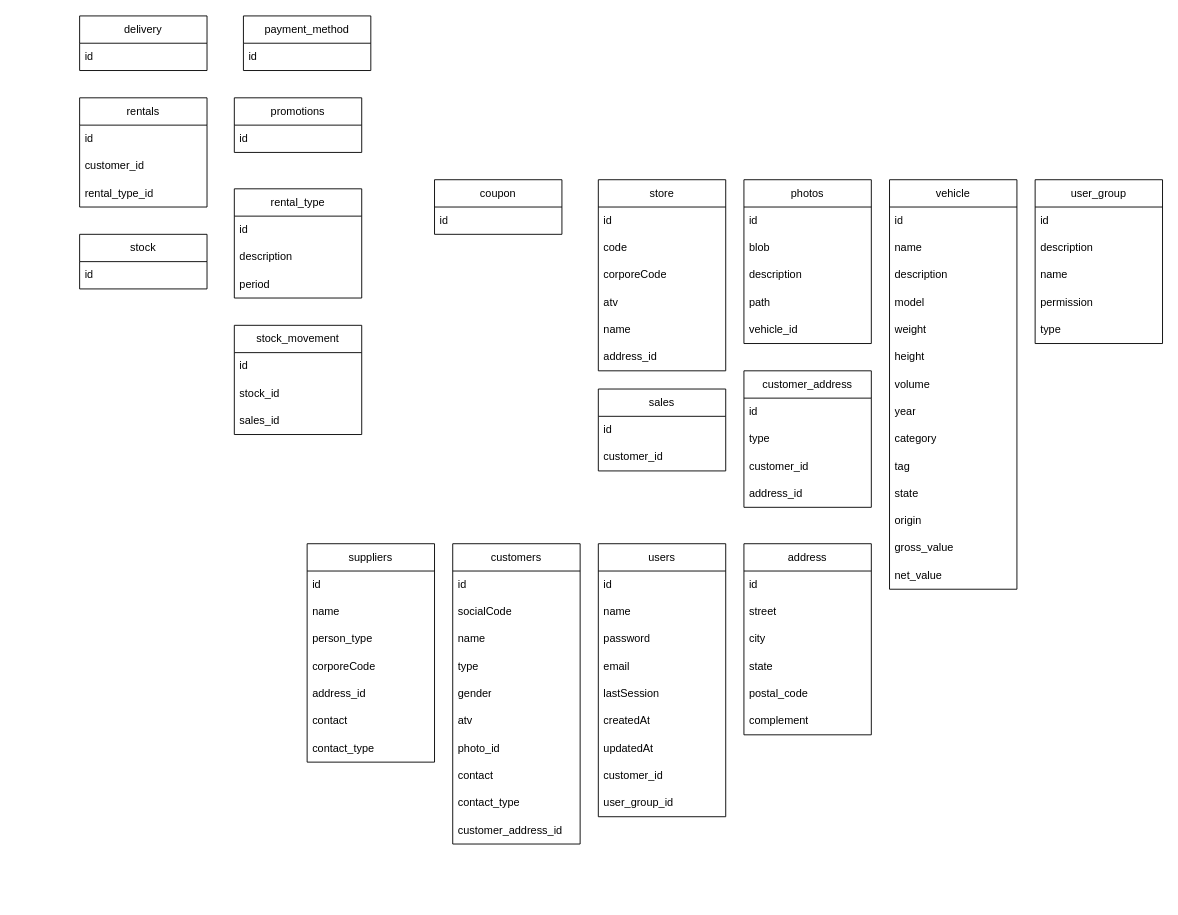
Earlier version of the draw.io diagram Modeling_BD/dealer_system.drawio (MarinhoCM/SQL). Source tidied: cells renumbered, new cells numbered last; positions are measured from the earlier drawing's top-left corner, leaving out a move shared by most shapes. Both pictures are drawn from the tidied source at 91%, with x=0, y=0 at pixel (79, 15).
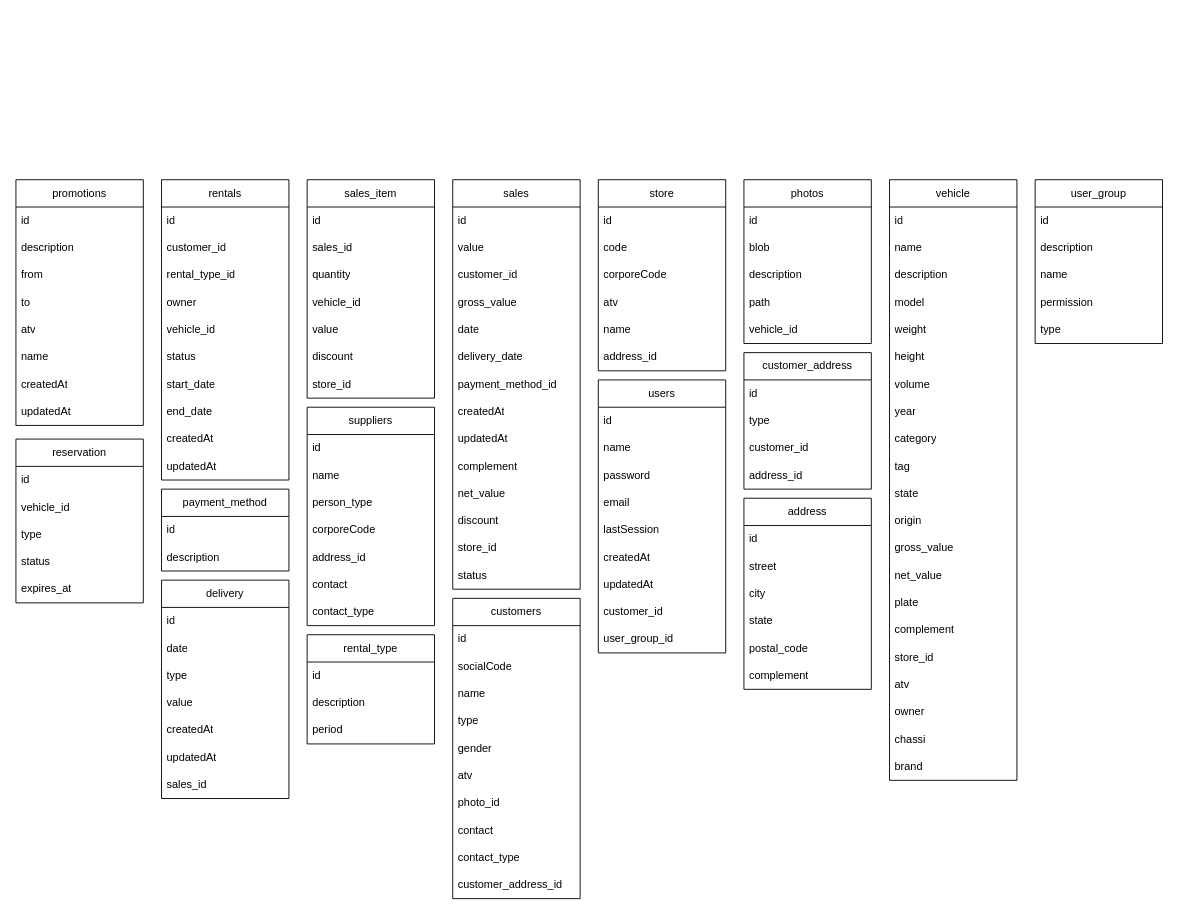
After the change.

Change to the diagram source:
```diff
@@
-    <mxCell id="2" value="stock" style="swimlane;fontStyle=0;horizontal=1;startSize=30;whiteSpace=wrap;html=1;" parent="1" vertex="1">
-      <mxGeometry y="240" width="140" height="60" as="geometry" />
-    </mxCell>
-    <mxCell id="3" value="id" style="text;strokeColor=none;fillColor=none;align=left;verticalAlign=middle;spacingLeft=4;spacingRight=4;overflow=hidden;whiteSpace=wrap;html=1;" parent="2" vertex="1">
-      <mxGeometry y="30" width="140" height="30" as="geometry" />
-    </mxCell>
-    <mxCell id="4" value="stock_movement" style="swimlane;fontStyle=0;horizontal=1;startSize=30;whiteSpace=wrap;html=1;" parent="1" vertex="1">
-      <mxGeometry x="170" y="340" width="140" height="120" as="geometry" />
-    </mxCell>
-    <mxCell id="5" value="id" style="text;strokeColor=none;fillColor=none;align=left;verticalAlign=middle;spacingLeft=4;spacingRight=4;overflow=hidden;whiteSpace=wrap;html=1;" parent="4" vertex="1">
-      <mxGeometry y="30" width="140" height="30" as="geometry" />
-    </mxCell>
-    <mxCell id="6" value="stock_id" style="text;strokeColor=none;fillColor=none;align=left;verticalAlign=middle;spacingLeft=4;spacingRight=4;overflow=hidden;whiteSpace=wrap;html=1;" parent="4" vertex="1">
-      <mxGeometry y="60" width="140" height="30" as="geometry" />
-    </mxCell>
-    <mxCell id="7" value="sales_id" style="text;strokeColor=none;fillColor=none;align=left;verticalAlign=middle;spacingLeft=4;spacingRight=4;overflow=hidden;whiteSpace=wrap;html=1;" parent="4" vertex="1">
-      <mxGeometry y="90" width="140" height="30" as="geometry" />
-    </mxCell>
     <mxCell id="8" value="vehicle" style="swimlane;fontStyle=0;horizontal=1;startSize=30;whiteSpace=wrap;html=1;" parent="1" vertex="1">
-      <mxGeometry x="890" y="180" width="140" height="450" as="geometry" />
+      <mxGeometry x="890" y="180" width="140" height="660" as="geometry" />
     </mxCell>
@@
+    <mxCell id="102" value="plate" style="text;strokeColor=none;fillColor=none;align=left;verticalAlign=middle;spacingLeft=4;spacingRight=4;overflow=hidden;whiteSpace=wrap;html=1;" parent="8" vertex="1">
+      <mxGeometry y="450" width="140" height="30" as="geometry" />
+    </mxCell>
+    <mxCell id="103" value="complement" style="text;strokeColor=none;fillColor=none;align=left;verticalAlign=middle;spacingLeft=4;spacingRight=4;overflow=hidden;whiteSpace=wrap;html=1;" parent="8" vertex="1">
+      <mxGeometry y="480" width="140" height="30" as="geometry" />
+    </mxCell>
+    <mxCell id="104" value="store_id" style="text;strokeColor=none;fillColor=none;align=left;verticalAlign=middle;spacingLeft=4;spacingRight=4;overflow=hidden;whiteSpace=wrap;html=1;" parent="8" vertex="1">
+      <mxGeometry y="510" width="140" height="30" as="geometry" />
+    </mxCell>
+    <mxCell id="105" value="atv" style="text;strokeColor=none;fillColor=none;align=left;verticalAlign=middle;spacingLeft=4;spacingRight=4;overflow=hidden;whiteSpace=wrap;html=1;" parent="8" vertex="1">
+      <mxGeometry y="540" width="140" height="30" as="geometry" />
+    </mxCell>
+    <mxCell id="106" value="owner" style="text;strokeColor=none;fillColor=none;align=left;verticalAlign=middle;spacingLeft=4;spacingRight=4;overflow=hidden;whiteSpace=wrap;html=1;" parent="8" vertex="1">
+      <mxGeometry y="570" width="140" height="30" as="geometry" />
+    </mxCell>
+    <mxCell id="107" value="chassi" style="text;strokeColor=none;fillColor=none;align=left;verticalAlign=middle;spacingLeft=4;spacingRight=4;overflow=hidden;whiteSpace=wrap;html=1;" parent="8" vertex="1">
+      <mxGeometry y="600" width="140" height="30" as="geometry" />
+    </mxCell>
+    <mxCell id="108" value="brand" style="text;strokeColor=none;fillColor=none;align=left;verticalAlign=middle;spacingLeft=4;spacingRight=4;overflow=hidden;whiteSpace=wrap;html=1;" parent="8" vertex="1">
+      <mxGeometry y="630" width="140" height="30" as="geometry" />
+    </mxCell>
     <mxCell id="23" value="users" style="swimlane;fontStyle=0;horizontal=1;startSize=30;whiteSpace=wrap;html=1;" parent="1" vertex="1">
-      <mxGeometry x="570" y="580" width="140" height="300" as="geometry" />
+      <mxGeometry x="570" y="400" width="140" height="300" as="geometry" />
     </mxCell>
@@
     <mxCell id="33" value="customers" style="swimlane;fontStyle=0;horizontal=1;startSize=30;whiteSpace=wrap;html=1;" parent="1" vertex="1">
-      <mxGeometry x="410" y="580" width="140" height="330" as="geometry" />
+      <mxGeometry x="410" y="640" width="140" height="330" as="geometry" />
     </mxCell>
@@
     <mxCell id="50" value="sales" style="swimlane;fontStyle=0;horizontal=1;startSize=30;whiteSpace=wrap;html=1;" parent="1" vertex="1">
-      <mxGeometry x="570" y="410" width="140" height="90" as="geometry" />
+      <mxGeometry x="410" y="180" width="140" height="450" as="geometry" />
     </mxCell>
@@
-    <mxCell id="52" value="customer_id" style="text;strokeColor=none;fillColor=none;align=left;verticalAlign=middle;spacingLeft=4;spacingRight=4;overflow=hidden;whiteSpace=wrap;html=1;" parent="50" vertex="1">
+    <mxCell id="52" value="value" style="text;strokeColor=none;fillColor=none;align=left;verticalAlign=middle;spacingLeft=4;spacingRight=4;overflow=hidden;whiteSpace=wrap;html=1;" parent="50" vertex="1">
       <mxGeometry y="60" width="140" height="30" as="geometry" />
     </mxCell>
+    <mxCell id="109" value="customer_id" style="text;strokeColor=none;fillColor=none;align=left;verticalAlign=middle;spacingLeft=4;spacingRight=4;overflow=hidden;whiteSpace=wrap;html=1;" parent="50" vertex="1">
+      <mxGeometry y="90" width="140" height="30" as="geometry" />
+    </mxCell>
+    <mxCell id="110" value="gross_value" style="text;strokeColor=none;fillColor=none;align=left;verticalAlign=middle;spacingLeft=4;spacingRight=4;overflow=hidden;whiteSpace=wrap;html=1;" parent="50" vertex="1">
+      <mxGeometry y="120" width="140" height="30" as="geometry" />
+    </mxCell>
+    <mxCell id="111" value="date" style="text;strokeColor=none;fillColor=none;align=left;verticalAlign=middle;spacingLeft=4;spacingRight=4;overflow=hidden;whiteSpace=wrap;html=1;" parent="50" vertex="1">
+      <mxGeometry y="150" width="140" height="30" as="geometry" />
+    </mxCell>
+    <mxCell id="112" value="delivery_date" style="text;strokeColor=none;fillColor=none;align=left;verticalAlign=middle;spacingLeft=4;spacingRight=4;overflow=hidden;whiteSpace=wrap;html=1;" parent="50" vertex="1">
+      <mxGeometry y="180" width="140" height="30" as="geometry" />
+    </mxCell>
+    <mxCell id="113" value="payment_method_id" style="text;strokeColor=none;fillColor=none;align=left;verticalAlign=middle;spacingLeft=4;spacingRight=4;overflow=hidden;whiteSpace=wrap;html=1;" parent="50" vertex="1">
+      <mxGeometry y="210" width="140" height="30" as="geometry" />
+    </mxCell>
+    <mxCell id="114" value="createdAt" style="text;strokeColor=none;fillColor=none;align=left;verticalAlign=middle;spacingLeft=4;spacingRight=4;overflow=hidden;whiteSpace=wrap;html=1;" parent="50" vertex="1">
+      <mxGeometry y="240" width="140" height="30" as="geometry" />
+    </mxCell>
+    <mxCell id="115" value="updatedAt" style="text;strokeColor=none;fillColor=none;align=left;verticalAlign=middle;spacingLeft=4;spacingRight=4;overflow=hidden;whiteSpace=wrap;html=1;" parent="50" vertex="1">
+      <mxGeometry y="270" width="140" height="30" as="geometry" />
+    </mxCell>
+    <mxCell id="116" value="complement" style="text;strokeColor=none;fillColor=none;align=left;verticalAlign=middle;spacingLeft=4;spacingRight=4;overflow=hidden;whiteSpace=wrap;html=1;" parent="50" vertex="1">
+      <mxGeometry y="300" width="140" height="30" as="geometry" />
+    </mxCell>
+    <mxCell id="117" value="net_value" style="text;strokeColor=none;fillColor=none;align=left;verticalAlign=middle;spacingLeft=4;spacingRight=4;overflow=hidden;whiteSpace=wrap;html=1;" parent="50" vertex="1">
+      <mxGeometry y="330" width="140" height="30" as="geometry" />
+    </mxCell>
+    <mxCell id="118" value="discount" style="text;strokeColor=none;fillColor=none;align=left;verticalAlign=middle;spacingLeft=4;spacingRight=4;overflow=hidden;whiteSpace=wrap;html=1;" parent="50" vertex="1">
+      <mxGeometry y="360" width="140" height="30" as="geometry" />
+    </mxCell>
+    <mxCell id="119" value="store_id" style="text;strokeColor=none;fillColor=none;align=left;verticalAlign=middle;spacingLeft=4;spacingRight=4;overflow=hidden;whiteSpace=wrap;html=1;" parent="50" vertex="1">
+      <mxGeometry y="390" width="140" height="30" as="geometry" />
+    </mxCell>
+    <mxCell id="120" value="status" style="text;strokeColor=none;fillColor=none;align=left;verticalAlign=middle;spacingLeft=4;spacingRight=4;overflow=hidden;whiteSpace=wrap;html=1;" parent="50" vertex="1">
+      <mxGeometry y="420" width="140" height="30" as="geometry" />
+    </mxCell>
     <mxCell id="53" value="rentals" style="swimlane;fontStyle=0;horizontal=1;startSize=30;whiteSpace=wrap;html=1;" parent="1" vertex="1">
-      <mxGeometry y="90" width="140" height="120" as="geometry" />
+      <mxGeometry x="90" y="180" width="140" height="330" as="geometry" />
     </mxCell>
@@
+    <mxCell id="121" value="owner" style="text;strokeColor=none;fillColor=none;align=left;verticalAlign=middle;spacingLeft=4;spacingRight=4;overflow=hidden;whiteSpace=wrap;html=1;" parent="53" vertex="1">
+      <mxGeometry y="120" width="140" height="30" as="geometry" />
+    </mxCell>
+    <mxCell id="122" value="vehicle_id" style="text;strokeColor=none;fillColor=none;align=left;verticalAlign=middle;spacingLeft=4;spacingRight=4;overflow=hidden;whiteSpace=wrap;html=1;" parent="53" vertex="1">
+      <mxGeometry y="150" width="140" height="30" as="geometry" />
+    </mxCell>
+    <mxCell id="123" value="status" style="text;strokeColor=none;fillColor=none;align=left;verticalAlign=middle;spacingLeft=4;spacingRight=4;overflow=hidden;whiteSpace=wrap;html=1;" parent="53" vertex="1">
+      <mxGeometry y="180" width="140" height="30" as="geometry" />
+    </mxCell>
+    <mxCell id="124" value="start_date" style="text;strokeColor=none;fillColor=none;align=left;verticalAlign=middle;spacingLeft=4;spacingRight=4;overflow=hidden;whiteSpace=wrap;html=1;" parent="53" vertex="1">
+      <mxGeometry y="210" width="140" height="30" as="geometry" />
+    </mxCell>
+    <mxCell id="125" value="end_date" style="text;strokeColor=none;fillColor=none;align=left;verticalAlign=middle;spacingLeft=4;spacingRight=4;overflow=hidden;whiteSpace=wrap;html=1;" parent="53" vertex="1">
+      <mxGeometry y="240" width="140" height="30" as="geometry" />
+    </mxCell>
+    <mxCell id="126" value="createdAt" style="text;strokeColor=none;fillColor=none;align=left;verticalAlign=middle;spacingLeft=4;spacingRight=4;overflow=hidden;whiteSpace=wrap;html=1;" parent="53" vertex="1">
+      <mxGeometry y="270" width="140" height="30" as="geometry" />
+    </mxCell>
+    <mxCell id="127" value="updatedAt" style="text;strokeColor=none;fillColor=none;align=left;verticalAlign=middle;spacingLeft=4;spacingRight=4;overflow=hidden;whiteSpace=wrap;html=1;" parent="53" vertex="1">
+      <mxGeometry y="300" width="140" height="30" as="geometry" />
+    </mxCell>
@@
     <mxCell id="63" value="suppliers" style="swimlane;fontStyle=0;horizontal=1;startSize=30;whiteSpace=wrap;html=1;" parent="1" vertex="1">
-      <mxGeometry x="250" y="580" width="140" height="240" as="geometry" />
+      <mxGeometry x="250" y="430" width="140" height="240" as="geometry" />
     </mxCell>
@@
     <mxCell id="71" value="rental_type" style="swimlane;fontStyle=0;horizontal=1;startSize=30;whiteSpace=wrap;html=1;" parent="1" vertex="1">
-      <mxGeometry x="170" y="190" width="140" height="120" as="geometry" />
+      <mxGeometry x="250" y="680" width="140" height="120" as="geometry" />
     </mxCell>
@@
     <mxCell id="75" value="address" style="swimlane;fontStyle=0;horizontal=1;startSize=30;whiteSpace=wrap;html=1;" parent="1" vertex="1">
-      <mxGeometry x="730" y="580" width="140" height="210" as="geometry" />
+      <mxGeometry x="730" y="530" width="140" height="210" as="geometry" />
     </mxCell>
@@
     <mxCell id="82" value="customer_address" style="swimlane;fontStyle=0;horizontal=1;startSize=30;whiteSpace=wrap;html=1;" parent="1" vertex="1">
-      <mxGeometry x="730" y="390" width="140" height="150" as="geometry" />
+      <mxGeometry x="730" y="370" width="140" height="150" as="geometry" />
     </mxCell>
@@
     <mxCell id="87" value="promotions" style="swimlane;fontStyle=0;horizontal=1;startSize=30;whiteSpace=wrap;html=1;" parent="1" vertex="1">
-      <mxGeometry x="170" y="90" width="140" height="60" as="geometry" />
+      <mxGeometry x="-70" y="180" width="140" height="270" as="geometry" />
     </mxCell>
@@
-    <mxCell id="89" value="coupon" style="swimlane;fontStyle=0;horizontal=1;startSize=30;whiteSpace=wrap;html=1;" parent="1" vertex="1">
-      <mxGeometry x="390" y="180" width="140" height="60" as="geometry" />
-    </mxCell>
-    <mxCell id="90" value="id" style="text;strokeColor=none;fillColor=none;align=left;verticalAlign=middle;spacingLeft=4;spacingRight=4;overflow=hidden;whiteSpace=wrap;html=1;" parent="89" vertex="1">
-      <mxGeometry y="30" width="140" height="30" as="geometry" />
-    </mxCell>
+    <mxCell id="128" value="description" style="text;strokeColor=none;fillColor=none;align=left;verticalAlign=middle;spacingLeft=4;spacingRight=4;overflow=hidden;whiteSpace=wrap;html=1;" parent="87" vertex="1">
+      <mxGeometry y="60" width="140" height="30" as="geometry" />
+    </mxCell>
+    <mxCell id="129" value="from" style="text;strokeColor=none;fillColor=none;align=left;verticalAlign=middle;spacingLeft=4;spacingRight=4;overflow=hidden;whiteSpace=wrap;html=1;" parent="87" vertex="1">
+      <mxGeometry y="90" width="140" height="30" as="geometry" />
+    </mxCell>
+    <mxCell id="130" value="to" style="text;strokeColor=none;fillColor=none;align=left;verticalAlign=middle;spacingLeft=4;spacingRight=4;overflow=hidden;whiteSpace=wrap;html=1;" parent="87" vertex="1">
+      <mxGeometry y="120" width="140" height="30" as="geometry" />
+    </mxCell>
+    <mxCell id="131" value="atv" style="text;strokeColor=none;fillColor=none;align=left;verticalAlign=middle;spacingLeft=4;spacingRight=4;overflow=hidden;whiteSpace=wrap;html=1;" parent="87" vertex="1">
+      <mxGeometry y="150" width="140" height="30" as="geometry" />
+    </mxCell>
+    <mxCell id="132" value="name" style="text;strokeColor=none;fillColor=none;align=left;verticalAlign=middle;spacingLeft=4;spacingRight=4;overflow=hidden;whiteSpace=wrap;html=1;" parent="87" vertex="1">
+      <mxGeometry y="180" width="140" height="30" as="geometry" />
+    </mxCell>
+    <mxCell id="133" value="createdAt" style="text;strokeColor=none;fillColor=none;align=left;verticalAlign=middle;spacingLeft=4;spacingRight=4;overflow=hidden;whiteSpace=wrap;html=1;" parent="87" vertex="1">
+      <mxGeometry y="210" width="140" height="30" as="geometry" />
+    </mxCell>
+    <mxCell id="134" value="updatedAt" style="text;strokeColor=none;fillColor=none;align=left;verticalAlign=middle;spacingLeft=4;spacingRight=4;overflow=hidden;whiteSpace=wrap;html=1;" parent="87" vertex="1">
+      <mxGeometry y="240" width="140" height="30" as="geometry" />
+    </mxCell>
@@
     <mxCell id="98" value="delivery" style="swimlane;fontStyle=0;horizontal=1;startSize=30;whiteSpace=wrap;html=1;" parent="1" vertex="1">
-      <mxGeometry width="140" height="60" as="geometry" />
+      <mxGeometry x="90" y="620" width="140" height="240" as="geometry" />
     </mxCell>
@@
+    <mxCell id="135" value="date" style="text;strokeColor=none;fillColor=none;align=left;verticalAlign=middle;spacingLeft=4;spacingRight=4;overflow=hidden;whiteSpace=wrap;html=1;" parent="98" vertex="1">
+      <mxGeometry y="60" width="140" height="30" as="geometry" />
+    </mxCell>
+    <mxCell id="136" value="type" style="text;strokeColor=none;fillColor=none;align=left;verticalAlign=middle;spacingLeft=4;spacingRight=4;overflow=hidden;whiteSpace=wrap;html=1;" parent="98" vertex="1">
+      <mxGeometry y="90" width="140" height="30" as="geometry" />
+    </mxCell>
+    <mxCell id="137" value="value" style="text;strokeColor=none;fillColor=none;align=left;verticalAlign=middle;spacingLeft=4;spacingRight=4;overflow=hidden;whiteSpace=wrap;html=1;" parent="98" vertex="1">
+      <mxGeometry y="120" width="140" height="30" as="geometry" />
+    </mxCell>
+    <mxCell id="138" value="createdAt" style="text;strokeColor=none;fillColor=none;align=left;verticalAlign=middle;spacingLeft=4;spacingRight=4;overflow=hidden;whiteSpace=wrap;html=1;" parent="98" vertex="1">
+      <mxGeometry y="150" width="140" height="30" as="geometry" />
+    </mxCell>
+    <mxCell id="139" value="updatedAt" style="text;strokeColor=none;fillColor=none;align=left;verticalAlign=middle;spacingLeft=4;spacingRight=4;overflow=hidden;whiteSpace=wrap;html=1;" parent="98" vertex="1">
+      <mxGeometry y="180" width="140" height="30" as="geometry" />
+    </mxCell>
+    <mxCell id="140" value="sales_id" style="text;strokeColor=none;fillColor=none;align=left;verticalAlign=middle;spacingLeft=4;spacingRight=4;overflow=hidden;whiteSpace=wrap;html=1;" parent="98" vertex="1">
+      <mxGeometry y="210" width="140" height="30" as="geometry" />
+    </mxCell>
     <mxCell id="100" value="payment_method" style="swimlane;fontStyle=0;horizontal=1;startSize=30;whiteSpace=wrap;html=1;" parent="1" vertex="1">
-      <mxGeometry x="180" width="140" height="60" as="geometry" />
+      <mxGeometry x="90" y="520" width="140" height="90" as="geometry" />
     </mxCell>
@@
+    <mxCell id="141" value="description" style="text;strokeColor=none;fillColor=none;align=left;verticalAlign=middle;spacingLeft=4;spacingRight=4;overflow=hidden;whiteSpace=wrap;html=1;" parent="100" vertex="1">
+      <mxGeometry y="60" width="140" height="30" as="geometry" />
+    </mxCell>
+    <mxCell id="142" value="sales_item" style="swimlane;fontStyle=0;horizontal=1;startSize=30;whiteSpace=wrap;html=1;" parent="1" vertex="1">
+      <mxGeometry x="250" y="180" width="140" height="240" as="geometry" />
+    </mxCell>
+    <mxCell id="143" value="id" style="text;strokeColor=none;fillColor=none;align=left;verticalAlign=middle;spacingLeft=4;spacingRight=4;overflow=hidden;whiteSpace=wrap;html=1;" parent="142" vertex="1">
+      <mxGeometry y="30" width="140" height="30" as="geometry" />
+    </mxCell>
+    <mxCell id="144" value="sales_id" style="text;strokeColor=none;fillColor=none;align=left;verticalAlign=middle;spacingLeft=4;spacingRight=4;overflow=hidden;whiteSpace=wrap;html=1;" parent="142" vertex="1">
+      <mxGeometry y="60" width="140" height="30" as="geometry" />
+    </mxCell>
+    <mxCell id="145" value="quantity" style="text;strokeColor=none;fillColor=none;align=left;verticalAlign=middle;spacingLeft=4;spacingRight=4;overflow=hidden;whiteSpace=wrap;html=1;" parent="142" vertex="1">
+      <mxGeometry y="90" width="140" height="30" as="geometry" />
+    </mxCell>
+    <mxCell id="146" value="vehicle_id" style="text;strokeColor=none;fillColor=none;align=left;verticalAlign=middle;spacingLeft=4;spacingRight=4;overflow=hidden;whiteSpace=wrap;html=1;" parent="142" vertex="1">
+      <mxGeometry y="120" width="140" height="30" as="geometry" />
+    </mxCell>
+    <mxCell id="147" value="value" style="text;strokeColor=none;fillColor=none;align=left;verticalAlign=middle;spacingLeft=4;spacingRight=4;overflow=hidden;whiteSpace=wrap;html=1;" parent="142" vertex="1">
+      <mxGeometry y="150" width="140" height="30" as="geometry" />
+    </mxCell>
+    <mxCell id="148" value="discount" style="text;strokeColor=none;fillColor=none;align=left;verticalAlign=middle;spacingLeft=4;spacingRight=4;overflow=hidden;whiteSpace=wrap;html=1;" parent="142" vertex="1">
+      <mxGeometry y="180" width="140" height="30" as="geometry" />
+    </mxCell>
+    <mxCell id="149" value="store_id" style="text;strokeColor=none;fillColor=none;align=left;verticalAlign=middle;spacingLeft=4;spacingRight=4;overflow=hidden;whiteSpace=wrap;html=1;" parent="142" vertex="1">
+      <mxGeometry y="210" width="140" height="30" as="geometry" />
+    </mxCell>
+    <mxCell id="150" value="reservation" style="swimlane;fontStyle=0;horizontal=1;startSize=30;whiteSpace=wrap;html=1;" parent="1" vertex="1">
+      <mxGeometry x="-70" y="465" width="140" height="180" as="geometry" />
+    </mxCell>
+    <mxCell id="151" value="id" style="text;strokeColor=none;fillColor=none;align=left;verticalAlign=middle;spacingLeft=4;spacingRight=4;overflow=hidden;whiteSpace=wrap;html=1;" parent="150" vertex="1">
+      <mxGeometry y="30" width="140" height="30" as="geometry" />
+    </mxCell>
+    <mxCell id="152" value="vehicle_id" style="text;strokeColor=none;fillColor=none;align=left;verticalAlign=middle;spacingLeft=4;spacingRight=4;overflow=hidden;whiteSpace=wrap;html=1;" parent="150" vertex="1">
+      <mxGeometry y="60" width="140" height="30" as="geometry" />
+    </mxCell>
+    <mxCell id="153" value="type" style="text;strokeColor=none;fillColor=none;align=left;verticalAlign=middle;spacingLeft=4;spacingRight=4;overflow=hidden;whiteSpace=wrap;html=1;" parent="150" vertex="1">
+      <mxGeometry y="90" width="140" height="30" as="geometry" />
+    </mxCell>
+    <mxCell id="154" value="status" style="text;strokeColor=none;fillColor=none;align=left;verticalAlign=middle;spacingLeft=4;spacingRight=4;overflow=hidden;whiteSpace=wrap;html=1;" parent="150" vertex="1">
+      <mxGeometry y="120" width="140" height="30" as="geometry" />
+    </mxCell>
+    <mxCell id="155" value="expires_at" style="text;strokeColor=none;fillColor=none;align=left;verticalAlign=middle;spacingLeft=4;spacingRight=4;overflow=hidden;whiteSpace=wrap;html=1;" parent="150" vertex="1">
+      <mxGeometry y="150" width="140" height="30" as="geometry" />
+    </mxCell>
```
